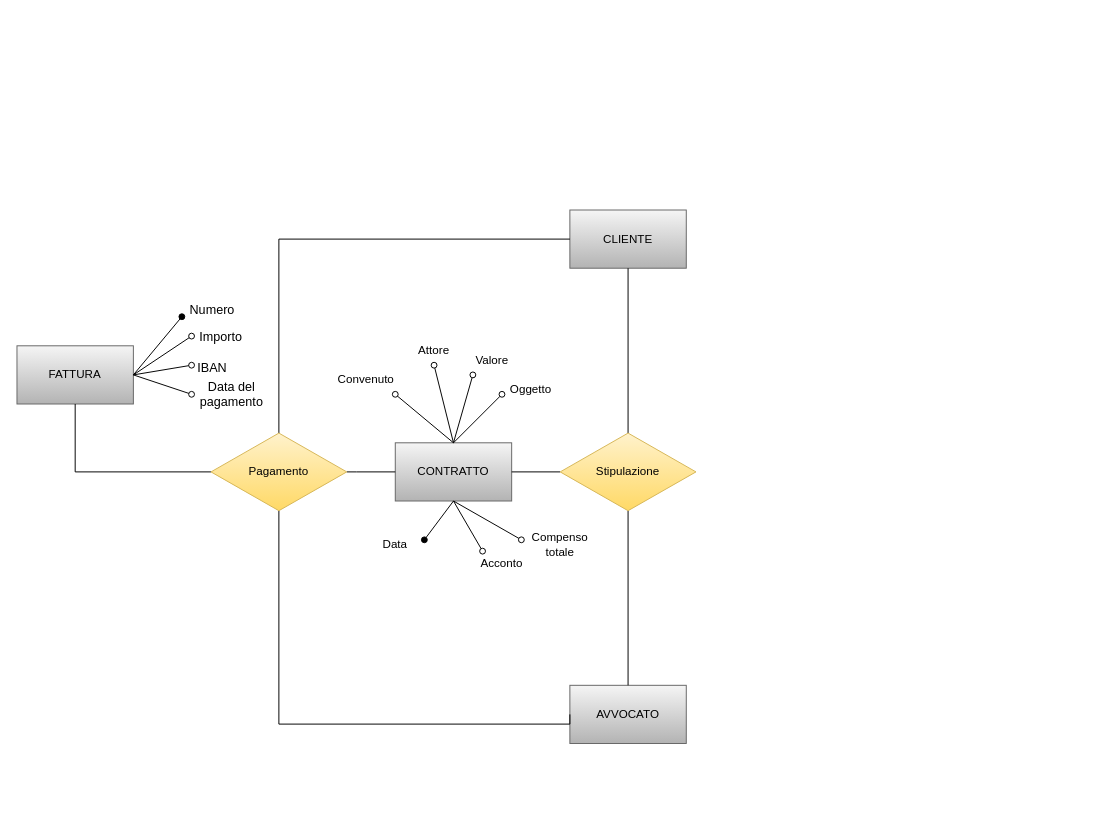
Earlier version of the draw.io diagram DiagrammaER_Sotto.drawio (AndreaCiv/BasiDiDati). Source tidied: cells renumbered, new cells numbered last; positions are measured from the earlier drawing's top-left corner, leaving out a move shared by most shapes. Both pictures are drawn from the tidied source at 97%, with x=0, y=0 at pixel (16, 210).
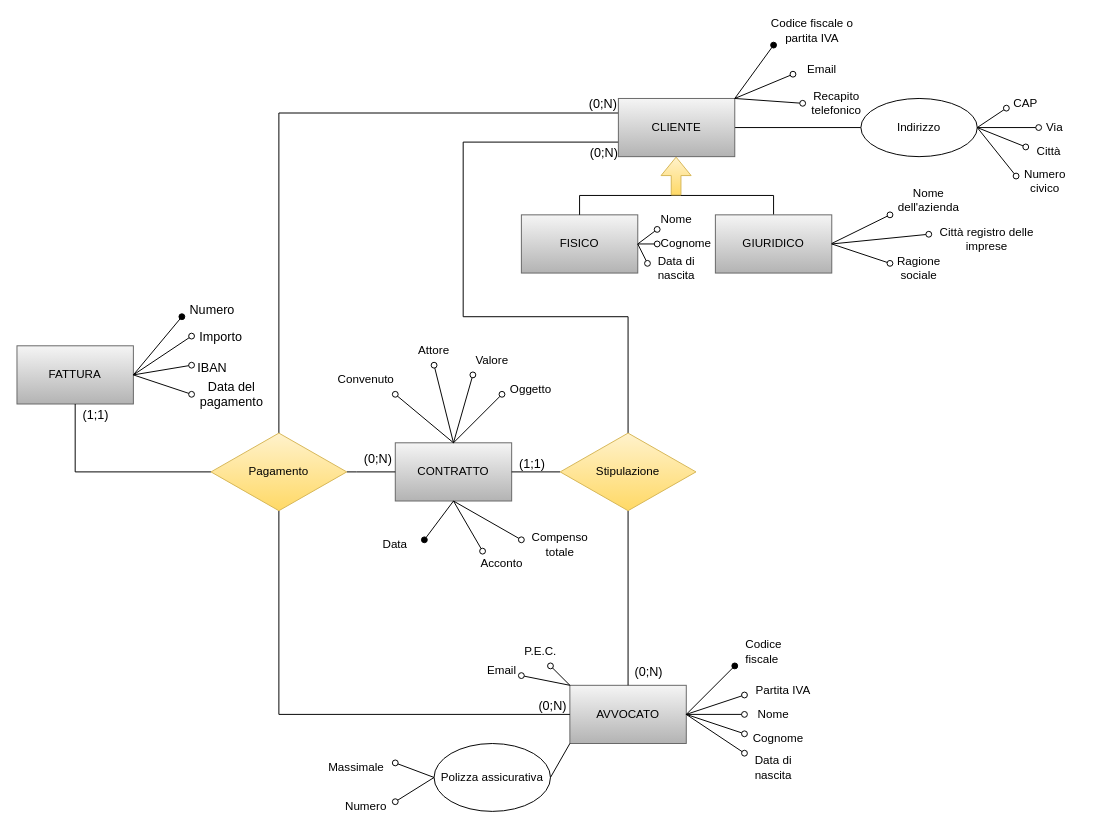
The same diagram, later.

Commit message (it also covers changes not shown here):
Diagramma sopra, sotto e completo

The change refers to these unchanged cells:
```xml
<mxCell id="3" value="CONTRATTO" style="rounded=0;whiteSpace=wrap;html=1;fillColor=#f5f5f5;gradientColor=#b3b3b3;strokeColor=#666666;" parent="1" vertex="1">
  <mxGeometry x="390" y="240" width="120" height="60" as="geometry" />
</mxCell>
<mxCell id="4" value="AVVOCATO" style="rounded=0;whiteSpace=wrap;html=1;fillColor=#f5f5f5;gradientColor=#b3b3b3;strokeColor=#666666;" parent="1" vertex="1">
  <mxGeometry x="570" y="490" width="120" height="60" as="geometry" />
</mxCell>
<mxCell id="6" style="edgeStyle=orthogonalEdgeStyle;rounded=0;jettySize=auto;html=1;startArrow=none;startFill=0;endArrow=none;endFill=0;" parent="1" edge="1" source="9" target="4">
  <mxGeometry relative="1" as="geometry" />
</mxCell>
<mxCell id="9" value="Stipulazione" style="rhombus;whiteSpace=wrap;html=1;fillColor=#fff2cc;gradientColor=#ffd966;strokeColor=#d6b656;" parent="1" vertex="1">
  <mxGeometry x="560" y="230" width="140" height="80" as="geometry" />
</mxCell>
<mxCell id="10" style="edgeStyle=orthogonalEdgeStyle;rounded=0;jettySize=auto;html=1;startArrow=none;startFill=0;endArrow=none;endFill=0;" parent="1" edge="1" source="14" target="3">
  <mxGeometry relative="1" as="geometry">
    <Array as="points">
      <mxPoint x="350" y="270" />
      <mxPoint x="350" y="270" />
    </Array>
  </mxGeometry>
</mxCell>
<mxCell id="11" style="edgeStyle=orthogonalEdgeStyle;rounded=0;jettySize=auto;html=1;startArrow=none;startFill=0;endArrow=none;endFill=0;" parent="1" edge="1" source="14" target="5">
  <mxGeometry relative="1" as="geometry" />
</mxCell>
<mxCell id="14" value="Pagamento" style="rhombus;whiteSpace=wrap;html=1;fillColor=#fff2cc;gradientColor=#ffd966;strokeColor=#d6b656;" parent="1" vertex="1">
  <mxGeometry x="200" y="230" width="140" height="80" as="geometry" />
</mxCell>
```

What changed in the source:
```diff
@@
-    <mxCell id="2" value="CLIENTE" style="rounded=0;whiteSpace=wrap;html=1;fillColor=#f5f5f5;strokeColor=#666666;gradientColor=#b3b3b3;" parent="1" vertex="1">
-      <mxGeometry x="570" width="120" height="60" as="geometry" />
-    </mxCell>
@@
+    <mxCell id="37" value="(0;N)" style="edgeLabel;html=1;align=center;verticalAlign=middle;fontSize=13;" parent="6" vertex="1">
+      <mxGeometry x="0.49" relative="1" as="geometry">
+        <mxPoint x="20" y="31" as="offset" />
+      </mxGeometry>
+    </mxCell>
+    <mxCell id="8" style="edgeStyle=orthogonalEdgeStyle;rounded=0;jettySize=auto;html=1;startArrow=none;startFill=0;endArrow=none;endFill=0;" parent="1" edge="1" source="9" target="3">
+      <mxGeometry relative="1" as="geometry" />
+    </mxCell>
+    <mxCell id="38" value="(1;1)" style="edgeLabel;html=1;align=center;verticalAlign=middle;fontSize=13;" parent="8" vertex="1">
+      <mxGeometry x="0.6" y="2" relative="1" as="geometry">
+        <mxPoint x="10" y="-12" as="offset" />
+      </mxGeometry>
+    </mxCell>
-    <mxCell id="7" style="edgeStyle=orthogonalEdgeStyle;rounded=0;jettySize=auto;html=1;startArrow=none;startFill=0;endArrow=none;endFill=0;" parent="1" edge="1" source="9" target="2">
-      <mxGeometry relative="1" as="geometry" />
+    <mxCell id="7" style="edgeStyle=orthogonalEdgeStyle;rounded=0;jettySize=auto;html=1;entryX=0;entryY=0.75;entryDx=0;entryDy=0;endArrow=none;endFill=0;" parent="1" edge="1" source="9" target="2">
+      <mxGeometry relative="1" as="geometry">
+        <Array as="points">
+          <mxPoint x="630" y="110" />
+          <mxPoint x="460" y="110" />
+          <mxPoint x="460" y="-70" />
+        </Array>
+      </mxGeometry>
     </mxCell>
-    <mxCell id="8" style="edgeStyle=orthogonalEdgeStyle;rounded=0;jettySize=auto;html=1;startArrow=none;startFill=0;endArrow=none;endFill=0;" parent="1" edge="1" source="9" target="3">
-      <mxGeometry relative="1" as="geometry" />
-    </mxCell>
+    <mxCell id="39" value="(0;N)" style="edgeLabel;html=1;align=center;verticalAlign=middle;fontSize=13;" parent="7" vertex="1">
+      <mxGeometry x="0.95" y="1" relative="1" as="geometry">
+        <mxPoint y="11" as="offset" />
+      </mxGeometry>
+    </mxCell>
@@
+    <mxCell id="40" value="(0;N)" style="edgeLabel;html=1;align=center;verticalAlign=middle;fontSize=13;" parent="10" vertex="1">
+      <mxGeometry x="0.24" y="3" relative="1" as="geometry">
+        <mxPoint y="-12" as="offset" />
+      </mxGeometry>
+    </mxCell>
@@
+    <mxCell id="41" value="(1;1)" style="edgeLabel;html=1;align=center;verticalAlign=middle;fontSize=13;" parent="11" vertex="1">
+      <mxGeometry x="-0.66" y="2" relative="1" as="geometry">
+        <mxPoint x="-84" y="-62" as="offset" />
+      </mxGeometry>
+    </mxCell>
+    <mxCell id="13" style="edgeStyle=orthogonalEdgeStyle;rounded=0;jettySize=auto;html=1;startArrow=none;startFill=0;endArrow=none;endFill=0;entryX=0;entryY=0.5;entryDx=0;entryDy=0;" parent="1" edge="1" source="14" target="4">
+      <mxGeometry relative="1" as="geometry">
+        <Array as="points">
+          <mxPoint x="270" y="520" />
+        </Array>
+      </mxGeometry>
+    </mxCell>
+    <mxCell id="42" value="(0;N)" style="edgeLabel;html=1;align=center;verticalAlign=middle;fontSize=13;" parent="13" vertex="1">
+      <mxGeometry x="0.92" y="-1" relative="1" as="geometry">
+        <mxPoint x="1" y="-11" as="offset" />
+      </mxGeometry>
+    </mxCell>
-    <mxCell id="12" style="edgeStyle=orthogonalEdgeStyle;rounded=0;jettySize=auto;html=1;startArrow=none;startFill=0;endArrow=none;endFill=0;entryX=0;entryY=0.5;entryDx=0;entryDy=0;" parent="1" edge="1" source="14" target="2">
+    <mxCell id="12" style="edgeStyle=orthogonalEdgeStyle;rounded=0;jettySize=auto;html=1;entryX=0;entryY=0.25;entryDx=0;entryDy=0;endArrow=none;endFill=0;" parent="1" edge="1" source="14" target="2">
       <mxGeometry relative="1" as="geometry">
         <Array as="points">
-          <mxPoint x="270" y="30" />
+          <mxPoint x="270" y="-100" />
         </Array>
       </mxGeometry>
     </mxCell>
-    <mxCell id="13" style="edgeStyle=orthogonalEdgeStyle;rounded=0;jettySize=auto;html=1;startArrow=none;startFill=0;endArrow=none;endFill=0;entryX=0;entryY=0.5;entryDx=0;entryDy=0;" parent="1" edge="1" source="14" target="4">
-      <mxGeometry relative="1" as="geometry">
-        <Array as="points">
-          <mxPoint x="270" y="530" />
-          <mxPoint x="570" y="530" />
-        </Array>
-      </mxGeometry>
-    </mxCell>
+    <mxCell id="43" value="(0;N)" style="edgeLabel;html=1;align=center;verticalAlign=middle;fontSize=13;" parent="12" vertex="1">
+      <mxGeometry x="0.95" y="3" relative="1" as="geometry">
+        <mxPoint y="-7" as="offset" />
+      </mxGeometry>
+    </mxCell>
@@
+    <mxCell id="44" style="endArrow=oval;html=1;rounded=0;endFill=1;" parent="1" edge="1">
+      <mxGeometry relative="1" as="geometry">
+        <mxPoint x="690" y="520" as="sourcePoint" />
+        <mxPoint x="740" y="470" as="targetPoint" />
+      </mxGeometry>
+    </mxCell>
+    <mxCell id="45" value="Codice fiscale&amp;nbsp;" style="text;html=1;strokeColor=none;fillColor=none;align=center;verticalAlign=middle;whiteSpace=wrap;rounded=0;" parent="1" vertex="1">
+      <mxGeometry x="740" y="440" width="60" height="30" as="geometry" />
+    </mxCell>
+    <mxCell id="46" style="endArrow=oval;html=1;rounded=0;endFill=0;exitX=1;exitY=0.5;exitDx=0;exitDy=0;" parent="1" edge="1">
+      <mxGeometry relative="1" as="geometry">
+        <mxPoint x="690" y="520" as="sourcePoint" />
+        <mxPoint x="750" y="500" as="targetPoint" />
+      </mxGeometry>
+    </mxCell>
+    <mxCell id="47" value="Partita IVA" style="text;html=1;strokeColor=none;fillColor=none;align=center;verticalAlign=middle;whiteSpace=wrap;rounded=0;" parent="1" vertex="1">
+      <mxGeometry x="760" y="480" width="60" height="30" as="geometry" />
+    </mxCell>
+    <mxCell id="48" style="endArrow=oval;html=1;rounded=0;endFill=0;exitX=1;exitY=0.5;exitDx=0;exitDy=0;" parent="1" edge="1">
+      <mxGeometry relative="1" as="geometry">
+        <mxPoint x="690" y="520" as="sourcePoint" />
+        <mxPoint x="750" y="520" as="targetPoint" />
+      </mxGeometry>
+    </mxCell>
+    <mxCell id="49" value="Nome" style="text;html=1;strokeColor=none;fillColor=none;align=center;verticalAlign=middle;whiteSpace=wrap;rounded=0;" parent="1" vertex="1">
+      <mxGeometry x="750" y="505" width="60" height="30" as="geometry" />
+    </mxCell>
+    <mxCell id="50" style="endArrow=oval;html=1;rounded=0;endFill=0;exitX=1;exitY=0.5;exitDx=0;exitDy=0;" parent="1" edge="1">
+      <mxGeometry relative="1" as="geometry">
+        <mxPoint x="690" y="520" as="sourcePoint" />
+        <mxPoint x="750" y="540" as="targetPoint" />
+      </mxGeometry>
+    </mxCell>
+    <mxCell id="51" value="Cognome" style="text;html=1;strokeColor=none;fillColor=none;align=center;verticalAlign=middle;whiteSpace=wrap;rounded=0;" parent="1" vertex="1">
+      <mxGeometry x="760" y="530" width="50" height="30" as="geometry" />
+    </mxCell>
+    <mxCell id="52" style="endArrow=oval;html=1;rounded=0;endFill=0;exitX=1;exitY=0.5;exitDx=0;exitDy=0;" parent="1" edge="1">
+      <mxGeometry relative="1" as="geometry">
+        <mxPoint x="690" y="520" as="sourcePoint" />
+        <mxPoint x="750" y="560" as="targetPoint" />
+      </mxGeometry>
+    </mxCell>
+    <mxCell id="53" value="Data di nascita" style="text;html=1;strokeColor=none;fillColor=none;align=center;verticalAlign=middle;whiteSpace=wrap;rounded=0;" parent="1" vertex="1">
+      <mxGeometry x="750" y="560" width="60" height="30" as="geometry" />
+    </mxCell>
+    <mxCell id="54" style="endArrow=oval;html=1;rounded=0;endFill=0;exitX=0;exitY=0;exitDx=0;exitDy=0;" parent="1" edge="1" source="4">
+      <mxGeometry relative="1" as="geometry">
+        <mxPoint x="550" y="470" as="targetPoint" />
+      </mxGeometry>
+    </mxCell>
+    <mxCell id="55" value="P.E.C." style="text;html=1;strokeColor=none;fillColor=none;align=center;verticalAlign=middle;whiteSpace=wrap;rounded=0;" parent="1" vertex="1">
+      <mxGeometry x="510" y="445" width="60" height="20" as="geometry" />
+    </mxCell>
+    <mxCell id="56" style="endArrow=oval;html=1;rounded=0;endFill=0;exitX=0;exitY=0;exitDx=0;exitDy=0;" parent="1" edge="1" source="4">
+      <mxGeometry relative="1" as="geometry">
+        <mxPoint x="520" y="480" as="targetPoint" />
+      </mxGeometry>
+    </mxCell>
+    <mxCell id="57" value="Email" style="text;html=1;strokeColor=none;fillColor=none;align=center;verticalAlign=middle;whiteSpace=wrap;rounded=0;" parent="1" vertex="1">
+      <mxGeometry x="470" y="460" width="60" height="30" as="geometry" />
+    </mxCell>
+    <mxCell id="58" value="Polizza assicurativa" style="ellipse;whiteSpace=wrap;html=1;" parent="1" vertex="1">
+      <mxGeometry x="430" y="550" width="120" height="70" as="geometry" />
+    </mxCell>
+    <mxCell id="59" style="endArrow=oval;html=1;rounded=0;endFill=0;exitX=0;exitY=0.5;exitDx=0;exitDy=0;" parent="1" edge="1" source="58">
+      <mxGeometry relative="1" as="geometry">
+        <mxPoint x="390" y="610" as="targetPoint" />
+      </mxGeometry>
+    </mxCell>
+    <mxCell id="60" value="Numero" style="text;html=1;strokeColor=none;fillColor=none;align=center;verticalAlign=middle;whiteSpace=wrap;rounded=0;" parent="1" vertex="1">
+      <mxGeometry x="330" y="600" width="60" height="30" as="geometry" />
+    </mxCell>
+    <mxCell id="61" style="endArrow=oval;html=1;rounded=0;endFill=0;exitX=0;exitY=0.5;exitDx=0;exitDy=0;" parent="1" edge="1" source="58">
+      <mxGeometry relative="1" as="geometry">
+        <mxPoint x="390" y="570" as="targetPoint" />
+      </mxGeometry>
+    </mxCell>
+    <mxCell id="62" value="Massimale" style="text;html=1;strokeColor=none;fillColor=none;align=center;verticalAlign=middle;whiteSpace=wrap;rounded=0;" parent="1" vertex="1">
+      <mxGeometry x="320" y="560" width="60" height="30" as="geometry" />
+    </mxCell>
+    <mxCell id="63" style="endArrow=none;html=1;rounded=0;endFill=0;entryX=0;entryY=1;entryDx=0;entryDy=0;exitX=1;exitY=0.5;exitDx=0;exitDy=0;" parent="1" edge="1" source="58" target="4">
+      <mxGeometry relative="1" as="geometry" />
+    </mxCell>
+    <mxCell id="64" style="edgeStyle=orthogonalEdgeStyle;rounded=0;jettySize=auto;html=1;endArrow=none;endFill=0;" parent="1" edge="1" source="2" target="83">
+      <mxGeometry relative="1" as="geometry" />
+    </mxCell>
+    <mxCell id="2" value="CLIENTE" style="rounded=0;whiteSpace=wrap;html=1;fillColor=#f5f5f5;gradientColor=#b3b3b3;strokeColor=#666666;" parent="1" vertex="1">
+      <mxGeometry x="620" y="-115" width="120" height="60" as="geometry" />
+    </mxCell>
+    <mxCell id="65" value="FISICO" style="rounded=0;whiteSpace=wrap;html=1;fillColor=#f5f5f5;gradientColor=#b3b3b3;strokeColor=#666666;" parent="1" vertex="1">
+      <mxGeometry x="520" y="5" width="120" height="60" as="geometry" />
+    </mxCell>
+    <mxCell id="66" style="edgeStyle=orthogonalEdgeStyle;rounded=0;jettySize=auto;html=1;endArrow=none;endFill=0;entryX=0.5;entryY=0;entryDx=0;entryDy=0;exitX=0.5;exitY=0;exitDx=0;exitDy=0;" parent="1" edge="1" source="67" target="65">
+      <mxGeometry relative="1" as="geometry">
+        <Array as="points">
+          <mxPoint x="780" y="-15" />
+          <mxPoint x="580" y="-15" />
+        </Array>
+      </mxGeometry>
+    </mxCell>
+    <mxCell id="67" value="GIURIDICO" style="rounded=0;whiteSpace=wrap;html=1;fillColor=#f5f5f5;gradientColor=#b3b3b3;strokeColor=#666666;" parent="1" vertex="1">
+      <mxGeometry x="720" y="5" width="120" height="60" as="geometry" />
+    </mxCell>
+    <mxCell id="68" style="shape=flexArrow;endArrow=classic;html=1;rounded=0;fillColor=#fff2cc;gradientColor=#ffd966;strokeColor=#d6b656;" parent="1" edge="1">
+      <mxGeometry relative="1" as="geometry">
+        <mxPoint x="679.5" y="-15" as="sourcePoint" />
+        <mxPoint x="679.5" y="-55" as="targetPoint" />
+      </mxGeometry>
+    </mxCell>
+    <mxCell id="69" style="endArrow=oval;html=1;rounded=0;endFill=1;" parent="1" edge="1">
+      <mxGeometry relative="1" as="geometry">
+        <mxPoint x="740" y="-115" as="sourcePoint" />
+        <mxPoint x="780" y="-170" as="targetPoint" />
+      </mxGeometry>
+    </mxCell>
+    <mxCell id="70" style="endArrow=oval;html=1;rounded=0;endFill=0;" parent="1" edge="1">
+      <mxGeometry relative="1" as="geometry">
+        <mxPoint x="740" y="-115" as="sourcePoint" />
+        <mxPoint x="800" y="-140" as="targetPoint" />
+      </mxGeometry>
+    </mxCell>
+    <mxCell id="71" value="Codice fiscale o partita IVA" style="text;html=1;strokeColor=none;fillColor=none;align=center;verticalAlign=middle;whiteSpace=wrap;rounded=0;" parent="1" vertex="1">
+      <mxGeometry x="760" y="-190" width="120" height="10" as="geometry" />
+    </mxCell>
+    <mxCell id="72" value="Email" style="text;html=1;strokeColor=none;fillColor=none;align=center;verticalAlign=middle;whiteSpace=wrap;rounded=0;" parent="1" vertex="1">
+      <mxGeometry x="800" y="-150" width="60" height="10" as="geometry" />
+    </mxCell>
+    <mxCell id="73" style="endArrow=oval;html=1;rounded=0;endFill=0;exitX=1;exitY=0;exitDx=0;exitDy=0;" parent="1" edge="1" source="2">
+      <mxGeometry relative="1" as="geometry">
+        <mxPoint x="810" y="-110" as="targetPoint" />
+      </mxGeometry>
+    </mxCell>
+    <mxCell id="74" value="Recapito telefonico" style="text;html=1;strokeColor=none;fillColor=none;align=center;verticalAlign=middle;whiteSpace=wrap;rounded=0;" parent="1" vertex="1">
+      <mxGeometry x="800" y="-115" width="90" height="10" as="geometry" />
+    </mxCell>
+    <mxCell id="75" style="endArrow=oval;html=1;rounded=0;endFill=0;exitX=1;exitY=0.5;exitDx=0;exitDy=0;" parent="1" edge="1">
+      <mxGeometry relative="1" as="geometry">
+        <mxPoint x="840" y="34.5" as="sourcePoint" />
+        <mxPoint x="900" y="5" as="targetPoint" />
+      </mxGeometry>
+    </mxCell>
+    <mxCell id="76" value="Nome dell'azienda" style="text;html=1;strokeColor=none;fillColor=none;align=center;verticalAlign=middle;whiteSpace=wrap;rounded=0;" parent="1" vertex="1">
+      <mxGeometry x="910" y="-15" width="60" height="10" as="geometry" />
+    </mxCell>
+    <mxCell id="77" style="endArrow=oval;html=1;rounded=0;endFill=0;" parent="1" edge="1">
+      <mxGeometry relative="1" as="geometry">
+        <mxPoint x="840" y="35" as="sourcePoint" />
+        <mxPoint x="900" y="55" as="targetPoint" />
+      </mxGeometry>
+    </mxCell>
+    <mxCell id="78" value="Ragione sociale" style="text;html=1;strokeColor=none;fillColor=none;align=center;verticalAlign=middle;whiteSpace=wrap;rounded=0;" parent="1" vertex="1">
+      <mxGeometry x="900" y="55" width="60" height="10" as="geometry" />
+    </mxCell>
+    <mxCell id="79" style="endArrow=oval;html=1;rounded=0;endFill=0;exitX=1;exitY=0.5;exitDx=0;exitDy=0;" parent="1" edge="1" source="65">
+      <mxGeometry relative="1" as="geometry">
+        <mxPoint x="660" y="20" as="targetPoint" />
+      </mxGeometry>
+    </mxCell>
+    <mxCell id="80" value="Nome" style="text;html=1;strokeColor=none;fillColor=none;align=center;verticalAlign=middle;whiteSpace=wrap;rounded=0;" parent="1" vertex="1">
+      <mxGeometry x="650" y="5" width="60" height="10" as="geometry" />
+    </mxCell>
+    <mxCell id="81" style="endArrow=oval;html=1;rounded=0;endFill=0;exitX=1;exitY=0.5;exitDx=0;exitDy=0;entryX=0;entryY=0.5;entryDx=0;entryDy=0;" parent="1" edge="1" source="65" target="82">
+      <mxGeometry relative="1" as="geometry" />
+    </mxCell>
+    <mxCell id="82" value="Cognome" style="text;html=1;strokeColor=none;fillColor=none;align=center;verticalAlign=middle;whiteSpace=wrap;rounded=0;" parent="1" vertex="1">
+      <mxGeometry x="660" y="30" width="60" height="10" as="geometry" />
+    </mxCell>
+    <mxCell id="83" value="Indirizzo" style="ellipse;whiteSpace=wrap;html=1;rounded=0;" parent="1" vertex="1">
+      <mxGeometry x="870" y="-115" width="120" height="60" as="geometry" />
+    </mxCell>
+    <mxCell id="84" style="endArrow=oval;html=1;rounded=0;endFill=0;exitX=1;exitY=0.5;exitDx=0;exitDy=0;" parent="1" edge="1" source="83">
+      <mxGeometry relative="1" as="geometry">
+        <mxPoint x="1053.3" y="-85" as="targetPoint" />
+      </mxGeometry>
+    </mxCell>
+    <mxCell id="85" value="Via" style="text;html=1;strokeColor=none;fillColor=none;align=center;verticalAlign=middle;whiteSpace=wrap;rounded=0;" parent="1" vertex="1">
+      <mxGeometry x="1040" y="-90" width="60" height="10" as="geometry" />
+    </mxCell>
+    <mxCell id="86" style="endArrow=oval;html=1;rounded=0;endFill=0;exitX=1;exitY=0.5;exitDx=0;exitDy=0;" parent="1" edge="1" source="83">
+      <mxGeometry relative="1" as="geometry">
+        <mxPoint x="1020" y="-105" as="targetPoint" />
+      </mxGeometry>
+    </mxCell>
+    <mxCell id="87" value="CAP" style="text;html=1;strokeColor=none;fillColor=none;align=center;verticalAlign=middle;whiteSpace=wrap;rounded=0;" parent="1" vertex="1">
+      <mxGeometry x="1010" y="-115" width="60" height="10" as="geometry" />
+    </mxCell>
+    <mxCell id="88" style="endArrow=oval;html=1;rounded=0;endFill=0;entryX=0;entryY=0;entryDx=0;entryDy=0;" parent="1" edge="1" target="89">
+      <mxGeometry relative="1" as="geometry">
+        <mxPoint x="990" y="-85" as="sourcePoint" />
+      </mxGeometry>
+    </mxCell>
+    <mxCell id="89" value="Numero civico" style="text;html=1;strokeColor=none;fillColor=none;align=center;verticalAlign=middle;whiteSpace=wrap;rounded=0;" parent="1" vertex="1">
+      <mxGeometry x="1030" y="-35" width="60" height="10" as="geometry" />
+    </mxCell>
+    <mxCell id="90" style="endArrow=oval;html=1;rounded=0;endFill=0;exitX=1;exitY=0.5;exitDx=0;exitDy=0;" parent="1" edge="1" source="83">
+      <mxGeometry relative="1" as="geometry">
+        <mxPoint x="1040" y="-65" as="targetPoint" />
+      </mxGeometry>
+    </mxCell>
+    <mxCell id="91" value="Città" style="text;html=1;strokeColor=none;fillColor=none;align=center;verticalAlign=middle;whiteSpace=wrap;rounded=0;" parent="1" vertex="1">
+      <mxGeometry x="1034" y="-65" width="60" height="10" as="geometry" />
+    </mxCell>
+    <mxCell id="92" style="endArrow=oval;html=1;rounded=0;endFill=0;entryX=0;entryY=0;entryDx=0;entryDy=0;exitX=1;exitY=0.5;exitDx=0;exitDy=0;" parent="1" edge="1" source="65" target="93">
+      <mxGeometry relative="1" as="geometry" />
+    </mxCell>
+    <mxCell id="93" value="Data di nascita" style="text;html=1;strokeColor=none;fillColor=none;align=center;verticalAlign=middle;whiteSpace=wrap;rounded=0;" parent="1" vertex="1">
+      <mxGeometry x="650" y="55" width="60" height="10" as="geometry" />
+    </mxCell>
+    <mxCell id="94" style="endArrow=oval;html=1;rounded=0;endFill=0;exitX=1;exitY=0.5;exitDx=0;exitDy=0;" parent="1" edge="1" source="67">
+      <mxGeometry relative="1" as="geometry">
+        <mxPoint x="940" y="25" as="targetPoint" />
+      </mxGeometry>
+    </mxCell>
+    <mxCell id="95" value="Città registro delle imprese" style="text;html=1;strokeColor=none;fillColor=none;align=center;verticalAlign=middle;whiteSpace=wrap;rounded=0;" parent="1" vertex="1">
+      <mxGeometry x="930" y="15" width="140" height="30" as="geometry" />
+    </mxCell>
```
